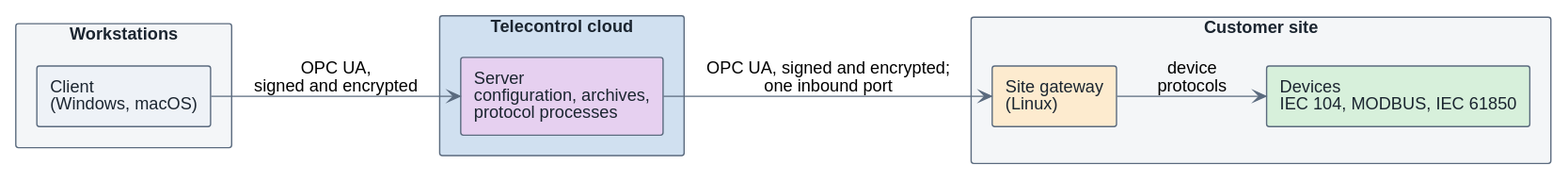
Above: img/hosted-deployment-en.svg in telecontrol-ru/scada (PlantUML), before the change. The source it was exported from:
```plantuml
@startuml
!include _style.puml
left to right direction
skinparam rectangleRoundCorner 4

rectangle "Workstations" as ws $external {
  rectangle "Client\n(Windows, macOS)" as c1 $neutral
}

rectangle "Telecontrol cloud" as cloud $tier {
  rectangle "Server\nconfiguration, archives,\nprotocol processes" as srv $proxy
}

rectangle "Customer site" as site $external {
  rectangle "Site gateway\n(Linux)" as gw $config
  rectangle "Devices\nIEC 104, MODBUS, IEC 61850" as dev $store
}

c1 --> srv : OPC UA,\nsigned and encrypted
srv --> gw : OPC UA, signed and encrypted;\none inbound port
gw --> dev : device\nprotocols
@enduml
```
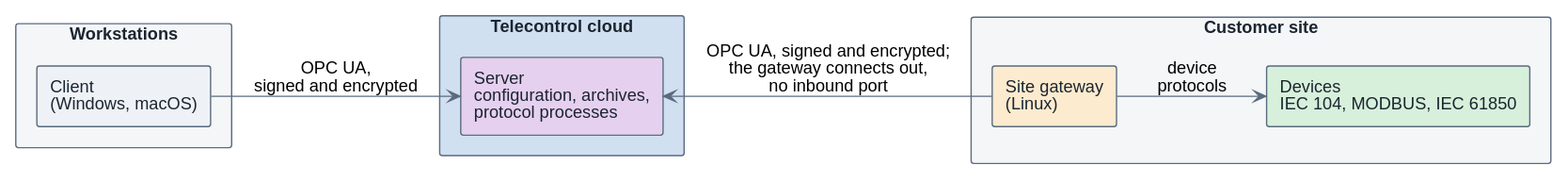
Above is the later version.

Commit message:
OPC UA reverse connect: a site gateway dials the hosted proxy (1108)

Diff of the diagram source:
```diff
@@ -17,6 +17,6 @@
 }
 
 c1 --> srv : OPC UA,\nsigned and encrypted
-srv --> gw : OPC UA, signed and encrypted;\none inbound port
+srv <-- gw : OPC UA, signed and encrypted;\nthe gateway connects out,\nno inbound port
 gw --> dev : device\nprotocols
 @enduml
```
